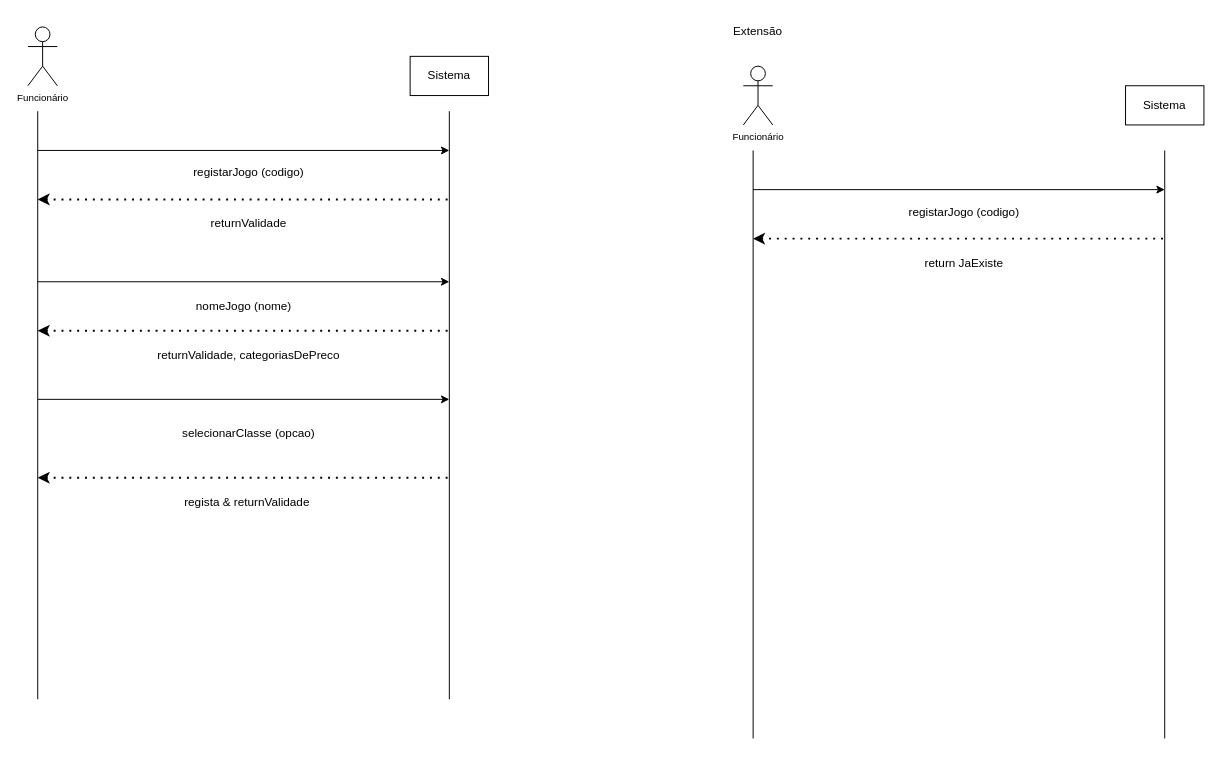
luccamarshall/DCO keeps this draw.io diagram as ssd3.drawio. Above is the earlier version. Source tidied: cells renumbered, new cells numbered last; positions are measured from the earlier drawing's top-left corner, leaving out a move shared by most shapes. Both pictures are drawn from the tidied source at 98%, with x=0, y=0 at pixel (27, 17).
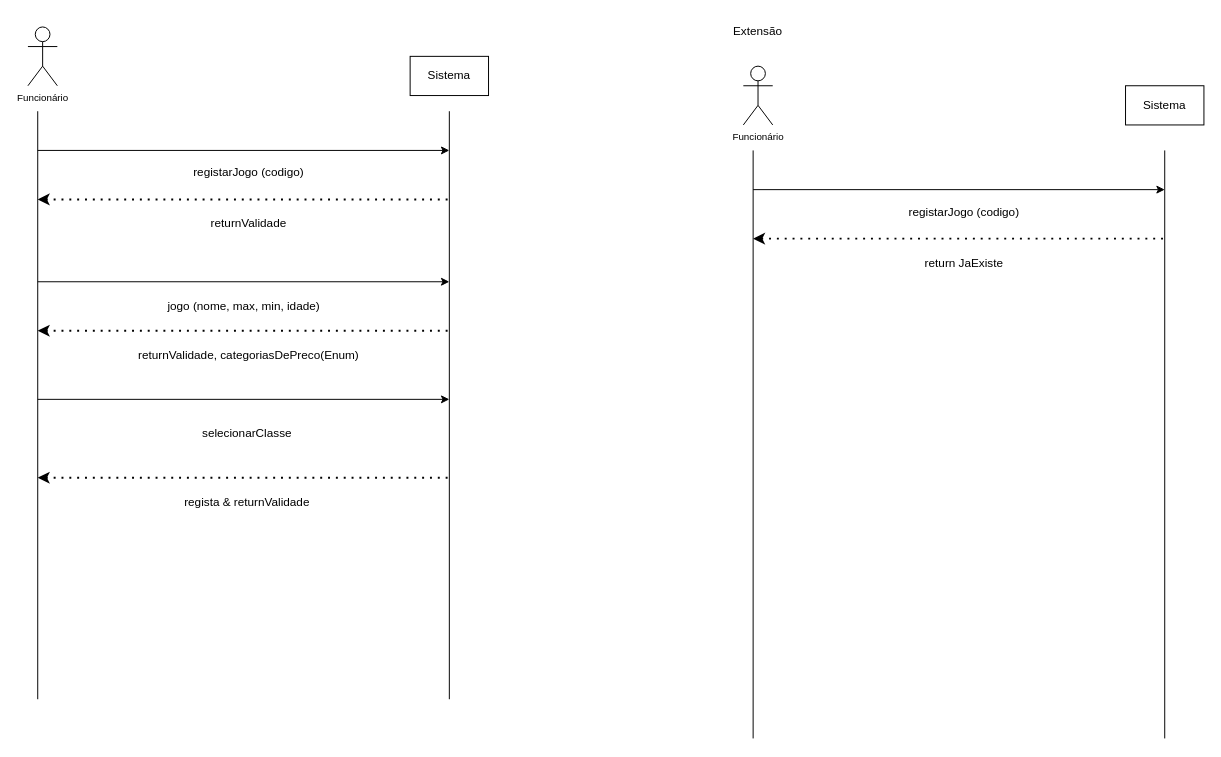
Above is the later version.

Change to the diagram source:
```diff
@@
-    <mxCell id="18" value="nomeJogo (nome)" style="text;html=1;align=center;verticalAlign=middle;strokeColor=none;fillColor=none;" parent="1" vertex="1">
-      <mxGeometry x="160" y="280" width="120" height="30" as="geometry" />
+    <mxCell id="18" value="jogo (nome, max, min, idade)" style="text;html=1;align=center;verticalAlign=middle;strokeColor=none;fillColor=none;" parent="1" vertex="1">
+      <mxGeometry x="130" y="280" width="180" height="30" as="geometry" />
     </mxCell>
@@
-    <mxCell id="20" value="returnValidade, categoriasDePreco" style="text;html=1;align=center;verticalAlign=middle;strokeColor=none;fillColor=none;" parent="1" vertex="1">
-      <mxGeometry x="120" y="330" width="210" height="30" as="geometry" />
+    <mxCell id="20" value="returnValidade, categoriasDePreco(Enum)" style="text;html=1;align=center;verticalAlign=middle;strokeColor=none;fillColor=none;" parent="1" vertex="1">
+      <mxGeometry x="100" y="330" width="250" height="30" as="geometry" />
     </mxCell>
@@
-    <mxCell id="23" value="selecionarClasse (opcao)" style="text;html=1;align=center;verticalAlign=middle;strokeColor=none;fillColor=none;" parent="1" vertex="1">
-      <mxGeometry x="145" y="410" width="160" height="30" as="geometry" />
+    <mxCell id="23" value="selecionarClasse&amp;nbsp;" style="text;html=1;align=center;verticalAlign=middle;strokeColor=none;fillColor=none;" parent="1" vertex="1">
+      <mxGeometry x="165" y="410" width="120" height="30" as="geometry" />
     </mxCell>
```
